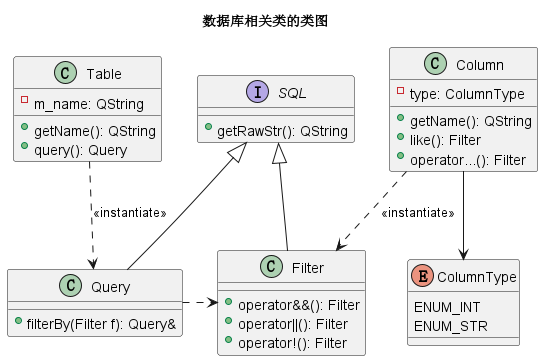
The PlantUML diagram docs/image/Class Diagram.png in old6ix/HIT-Database-System-Labs, before a commit.
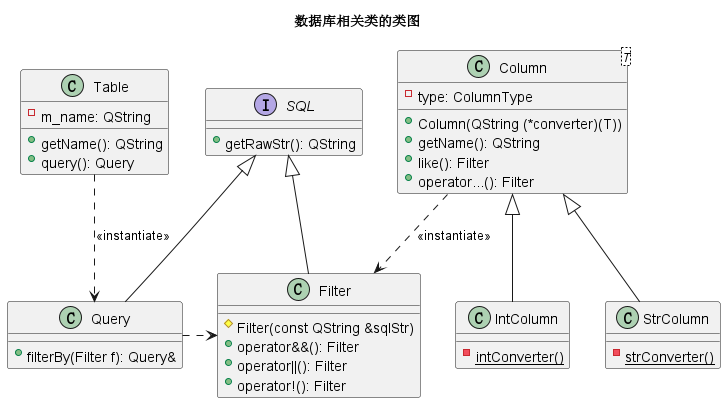
Later version of the same file.

Commit message:
更新类图；添加生成数据库的SQL语句

Diff of the diagram source:
```diff
@@ -1,4 +1,4 @@
-@startuml ClassDiagram
+@startuml Class Diagram
 
 title 数据库相关类的类图
 
@@ -17,6 +17,7 @@
 }
 
 class Filter {
+    #Filter(const QString &sqlStr)
     +operator&&(): Filter
     +operator||(): Filter
     +operator!(): Filter
@@ -27,19 +28,24 @@
 Table ..> Query : <<instantiate>>
 
 
-class Column {
+class Column<T> {
     -type: ColumnType
+    +Column(QString (*converter)(T))
     +getName(): QString
     +like(): Filter
     +operator...(): Filter
 }
 
-enum ColumnType {
-    ENUM_INT
-    ENUM_STR
+class IntColumn {
+    {static} -intConverter()
 }
 
-Column --> ColumnType
+class StrColumn {
+    {static} -strConverter()
+}
+
+Column <|-- IntColumn
+Column <|-- StrColumn
 Column ..> Filter : <<instantiate>>
 Query .> Filter
 
```
